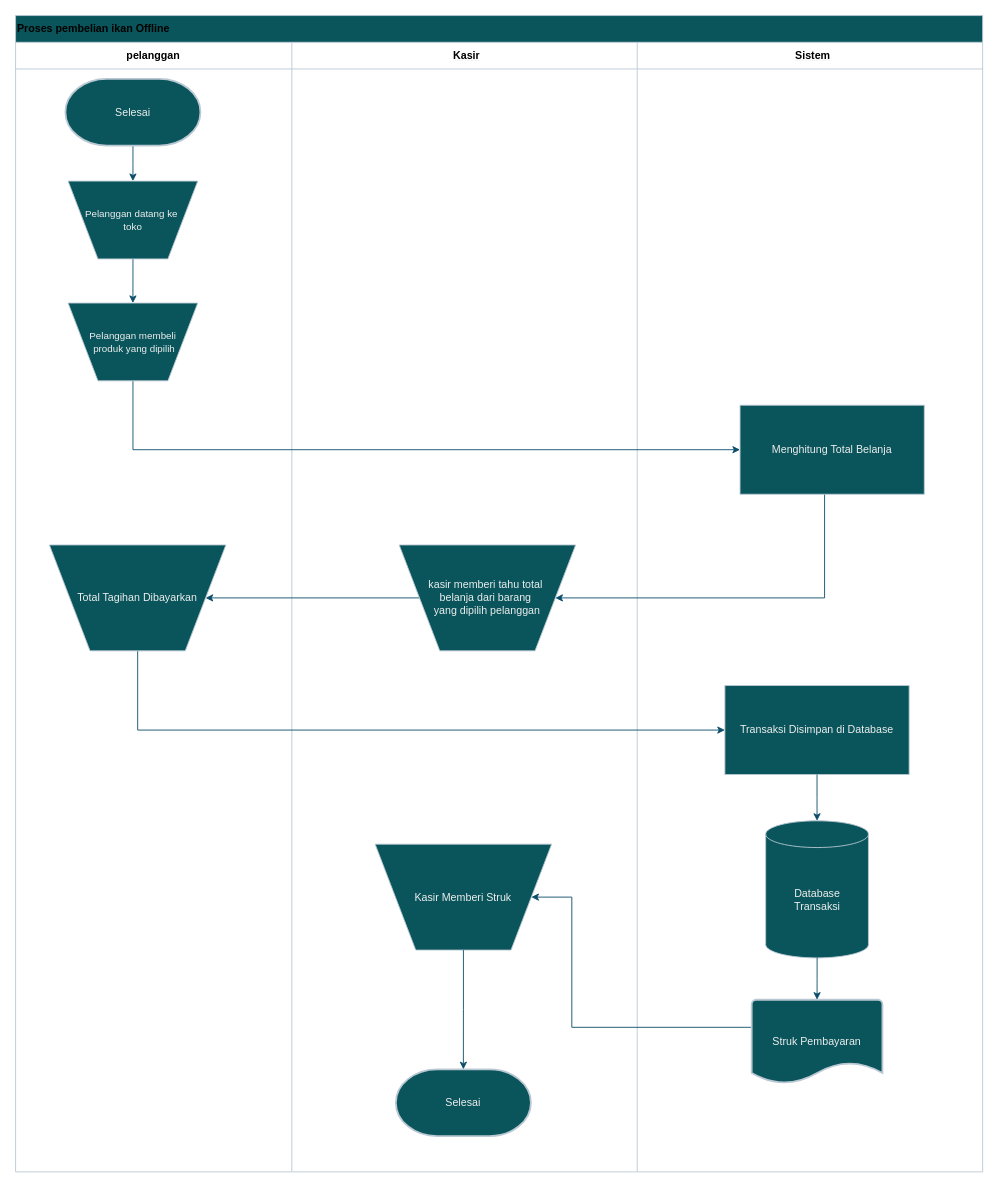
Earlier version of the draw.io diagram ikan langsung .drawio (shinoaaa/drawio). Source tidied: cells renumbered, new cells numbered last; positions are measured from the earlier drawing's top-left corner, leaving out a move shared by most shapes. Both pictures are drawn from the tidied source at 89%, with x=0, y=0 at pixel (15, 15).
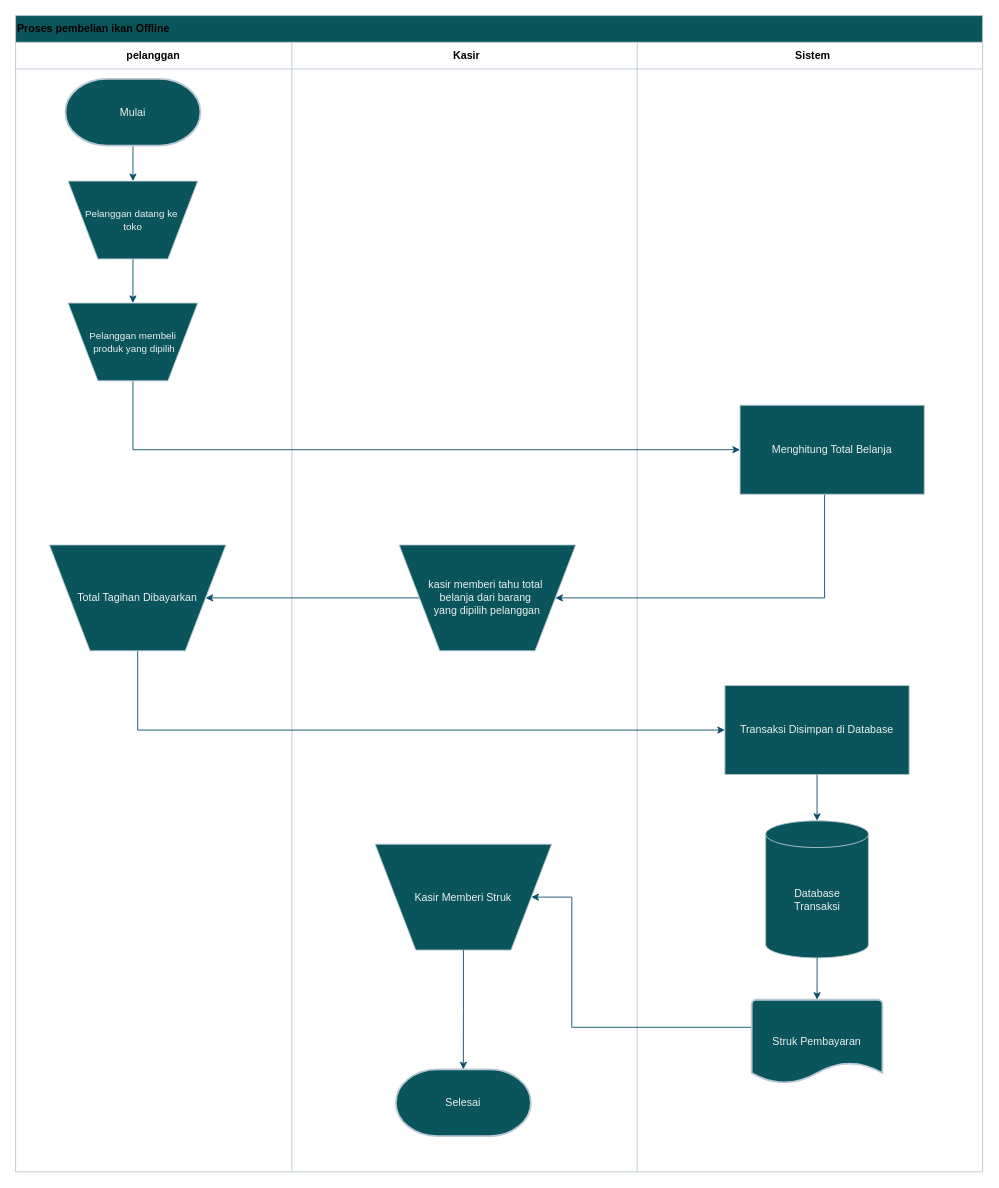
Above is the later version.

What changed in the source:
```diff
@@
-    <mxCell id="2" value="&lt;font style=&quot;color: light-dark(rgb(0, 0, 0), rgb(252, 252, 252));&quot;&gt;Proses pembelian ikan Offline&lt;/font&gt;" style="shape=table;startSize=30;childLayout=tableLayout;rowLines=0;fontStyle=1;align=left;html=1;strokeColor=#BAC8D3;labelBackgroundColor=none;fillColor=#09555B;fontColor=#EEEEEE;" parent="1" vertex="1">
+    <mxCell id="2" value="&lt;font style=&quot;color: light-dark(rgb(0, 0, 0), rgb(1, 1, 1));&quot;&gt;Proses pembelian ikan Offline&lt;/font&gt;" style="shape=table;startSize=30;childLayout=tableLayout;rowLines=0;fontStyle=1;align=left;html=1;strokeColor=#BAC8D3;labelBackgroundColor=none;fillColor=#09555B;fontColor=#EEEEEE;" parent="1" vertex="1">
       <mxGeometry width="1086.6" height="1299.2" as="geometry" />
     </mxCell>
@@
-    <mxCell id="36" value="Selesai" style="strokeWidth=2;html=1;shape=mxgraph.flowchart.terminator;whiteSpace=wrap;strokeColor=#BAC8D3;fontColor=#EEEEEE;fillColor=#09555B;labelBackgroundColor=none;" parent="1" vertex="1">
+    <mxCell id="36" value="Mulai" style="strokeWidth=2;html=1;shape=mxgraph.flowchart.terminator;whiteSpace=wrap;strokeColor=#BAC8D3;fontColor=#EEEEEE;fillColor=#09555B;labelBackgroundColor=none;" parent="1" vertex="1">
       <mxGeometry x="56" y="71" width="151.7" height="75" as="geometry" />
     </mxCell>
```
